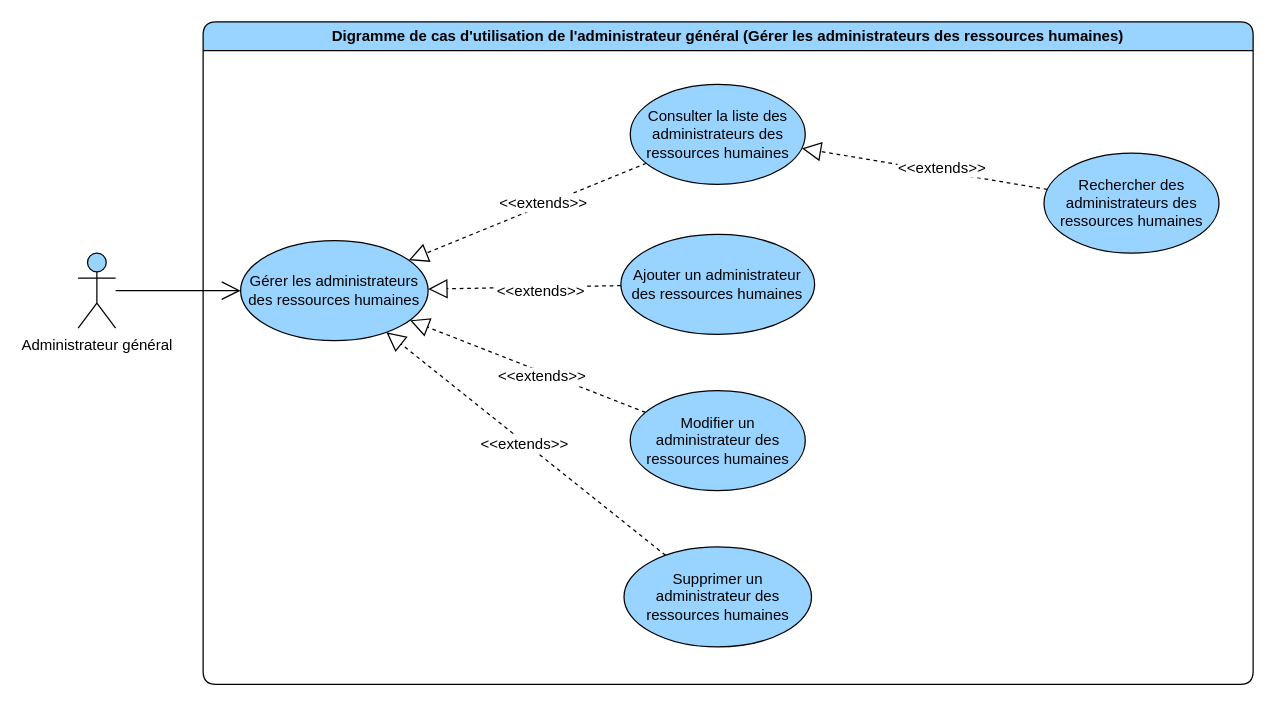
devlotfi/peage-pay keeps this draw.io diagram as page "gerer les administrateurs des ressources humaines" (4 of 6) of diagrams/use-case/administrateur-general.drawio. Above is the earlier version. Source tidied: cells renumbered, new cells numbered last; positions are measured from the earlier drawing's top-left corner, leaving out a move shared by most shapes. Both pictures are drawn from the tidied source at 125%, with x=0, y=0 at pixel (78, 21).
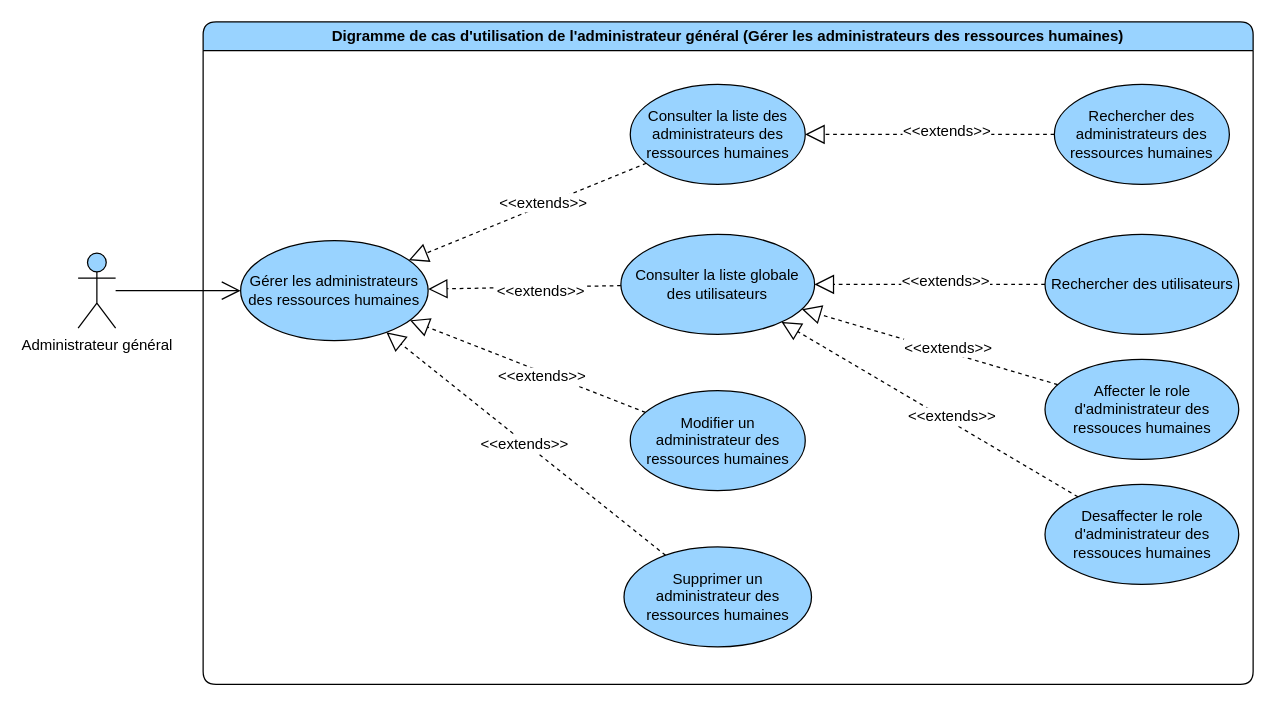
After the change.

Unchanged cells that the change refers to:
```xml
<mxCell id="2" value="Digramme de cas d'utilisation de l'administrateur général (Gérer les administrateurs des ressources humaines)" style="swimlane;whiteSpace=wrap;html=1;rounded=1;fillColor=#99D3FF;" parent="1" vertex="1">
  <mxGeometry x="100" width="840" height="530" as="geometry" />
</mxCell>
```

What changed in the source:
```diff
@@
-    <mxCell id="6" value="Ajouter un administrateur des ressources humaines" style="ellipse;whiteSpace=wrap;html=1;strokeColor=default;align=center;verticalAlign=middle;fontFamily=Helvetica;fontSize=12;fontColor=default;fillColor=#99D3FF;" parent="2" vertex="1">
+    <mxCell id="6" value="Consulter la liste globale des utilisateurs" style="ellipse;whiteSpace=wrap;html=1;strokeColor=default;align=center;verticalAlign=middle;fontFamily=Helvetica;fontSize=12;fontColor=default;fillColor=#99D3FF;" parent="2" vertex="1">
       <mxGeometry x="334.2" y="170" width="155" height="80" as="geometry" />
     </mxCell>
@@
     <mxCell id="16" value="Rechercher des administrateurs des ressources humaines" style="ellipse;whiteSpace=wrap;html=1;strokeColor=default;align=center;verticalAlign=middle;fontFamily=Helvetica;fontSize=12;fontColor=default;fillColor=#99D3FF;" parent="2" vertex="1">
-      <mxGeometry x="672.7" y="105" width="140" height="80" as="geometry" />
+      <mxGeometry x="681" y="50" width="140" height="80" as="geometry" />
     </mxCell>
@@
+    <mxCell id="21" value="Rechercher des utilisateurs" style="ellipse;whiteSpace=wrap;html=1;strokeColor=default;align=center;verticalAlign=middle;fontFamily=Helvetica;fontSize=12;fontColor=default;fillColor=#99D3FF;" parent="2" vertex="1">
+      <mxGeometry x="673.5" y="170" width="155" height="80" as="geometry" />
+    </mxCell>
+    <mxCell id="22" style="edgeStyle=none;rounded=0;jettySize=auto;html=1;dashed=1;strokeColor=default;align=center;verticalAlign=middle;fontFamily=Helvetica;fontSize=12;fontColor=default;labelBackgroundColor=default;startSize=6;endArrow=block;endFill=0;endSize=13;" parent="2" edge="1" source="21" target="6">
+      <mxGeometry relative="1" as="geometry" />
+    </mxCell>
+    <mxCell id="23" value="&amp;lt;&amp;lt;extends&amp;gt;&amp;gt;" style="edgeLabel;html=1;align=center;verticalAlign=middle;strokeColor=default;fontFamily=Helvetica;fontSize=12;fontColor=default;labelBackgroundColor=default;fillColor=#99D3FF;" parent="22" vertex="1">
+      <mxGeometry x="-0.12" y="-3" relative="1" as="geometry">
+        <mxPoint x="1" as="offset" />
+      </mxGeometry>
+    </mxCell>
+    <mxCell id="24" value="Affecter le role d'administrateur des ressouces humaines" style="ellipse;whiteSpace=wrap;html=1;strokeColor=default;align=center;verticalAlign=middle;fontFamily=Helvetica;fontSize=12;fontColor=default;fillColor=#99D3FF;" parent="2" vertex="1">
+      <mxGeometry x="673.5" y="270" width="155" height="80" as="geometry" />
+    </mxCell>
+    <mxCell id="25" style="edgeStyle=none;rounded=0;jettySize=auto;html=1;dashed=1;strokeColor=default;align=center;verticalAlign=middle;fontFamily=Helvetica;fontSize=12;fontColor=default;labelBackgroundColor=default;startSize=6;endArrow=block;endFill=0;endSize=13;" parent="2" edge="1" source="24" target="6">
+      <mxGeometry relative="1" as="geometry" />
+    </mxCell>
+    <mxCell id="26" value="&amp;lt;&amp;lt;extends&amp;gt;&amp;gt;" style="edgeLabel;html=1;align=center;verticalAlign=middle;strokeColor=default;fontFamily=Helvetica;fontSize=12;fontColor=default;labelBackgroundColor=default;fillColor=#99D3FF;" parent="25" vertex="1">
+      <mxGeometry x="-0.12" y="-3" relative="1" as="geometry">
+        <mxPoint x="1" as="offset" />
+      </mxGeometry>
+    </mxCell>
+    <mxCell id="27" value="Desaffecter le role d'administrateur des ressouces humaines" style="ellipse;whiteSpace=wrap;html=1;strokeColor=default;align=center;verticalAlign=middle;fontFamily=Helvetica;fontSize=12;fontColor=default;fillColor=#99D3FF;" parent="2" vertex="1">
+      <mxGeometry x="673.5" y="370" width="155" height="80" as="geometry" />
+    </mxCell>
+    <mxCell id="28" style="edgeStyle=none;rounded=0;jettySize=auto;html=1;dashed=1;strokeColor=default;align=center;verticalAlign=middle;fontFamily=Helvetica;fontSize=12;fontColor=default;labelBackgroundColor=default;startSize=6;endArrow=block;endFill=0;endSize=13;" parent="2" edge="1" source="27" target="6">
+      <mxGeometry relative="1" as="geometry" />
+    </mxCell>
+    <mxCell id="29" value="&amp;lt;&amp;lt;extends&amp;gt;&amp;gt;" style="edgeLabel;html=1;align=center;verticalAlign=middle;strokeColor=default;fontFamily=Helvetica;fontSize=12;fontColor=default;labelBackgroundColor=default;fillColor=#99D3FF;" parent="28" vertex="1">
+      <mxGeometry x="-0.12" y="-3" relative="1" as="geometry">
+        <mxPoint x="1" as="offset" />
+      </mxGeometry>
+    </mxCell>
```
